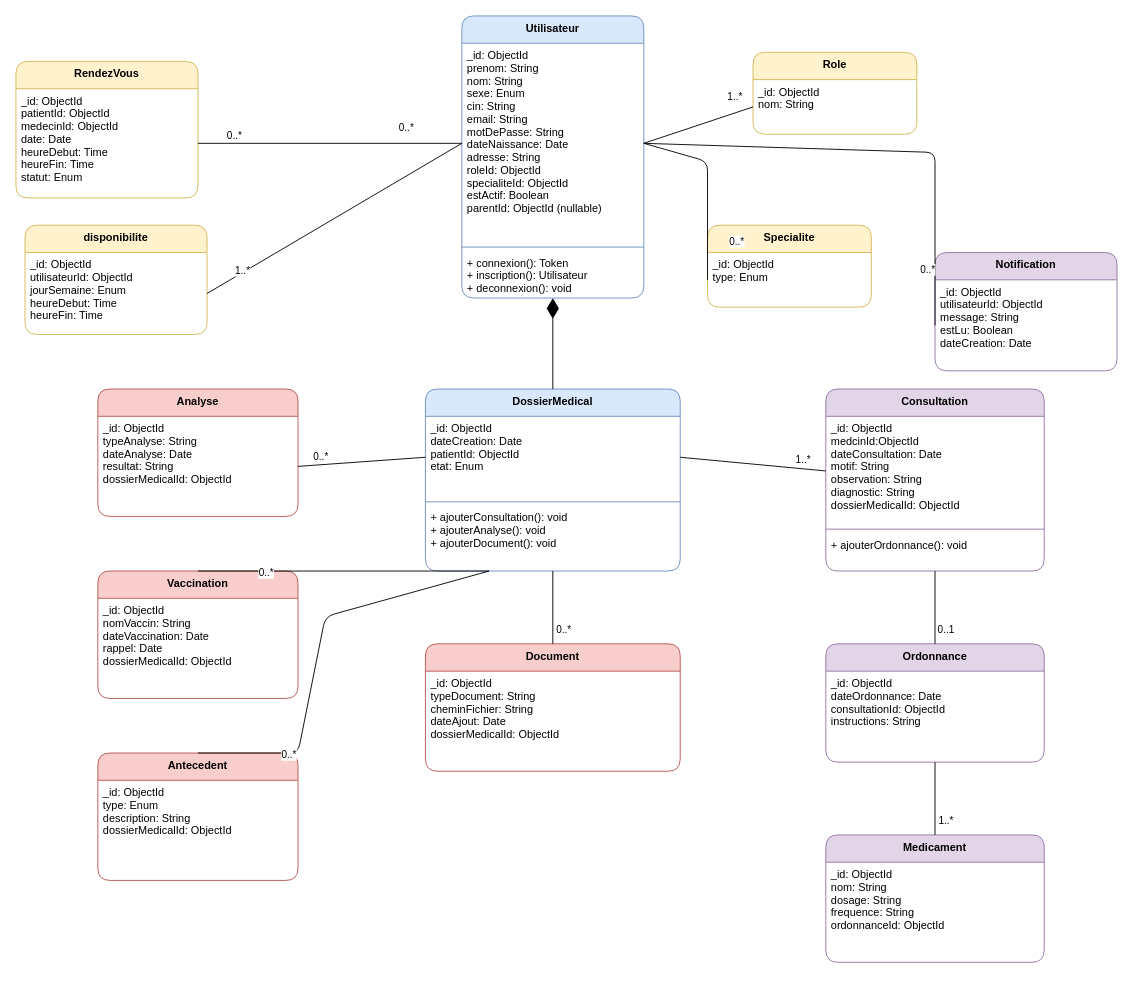
Earlier version of the draw.io diagram CareFlow back_end/medical.drawio (Ghandour390/carflow). Source tidied: cells renumbered, new cells numbered last; positions are measured from the earlier drawing's top-left corner, leaving out a move shared by most shapes. Both pictures are drawn from the tidied source at 91%, with x=0, y=0 at pixel (15, 15).
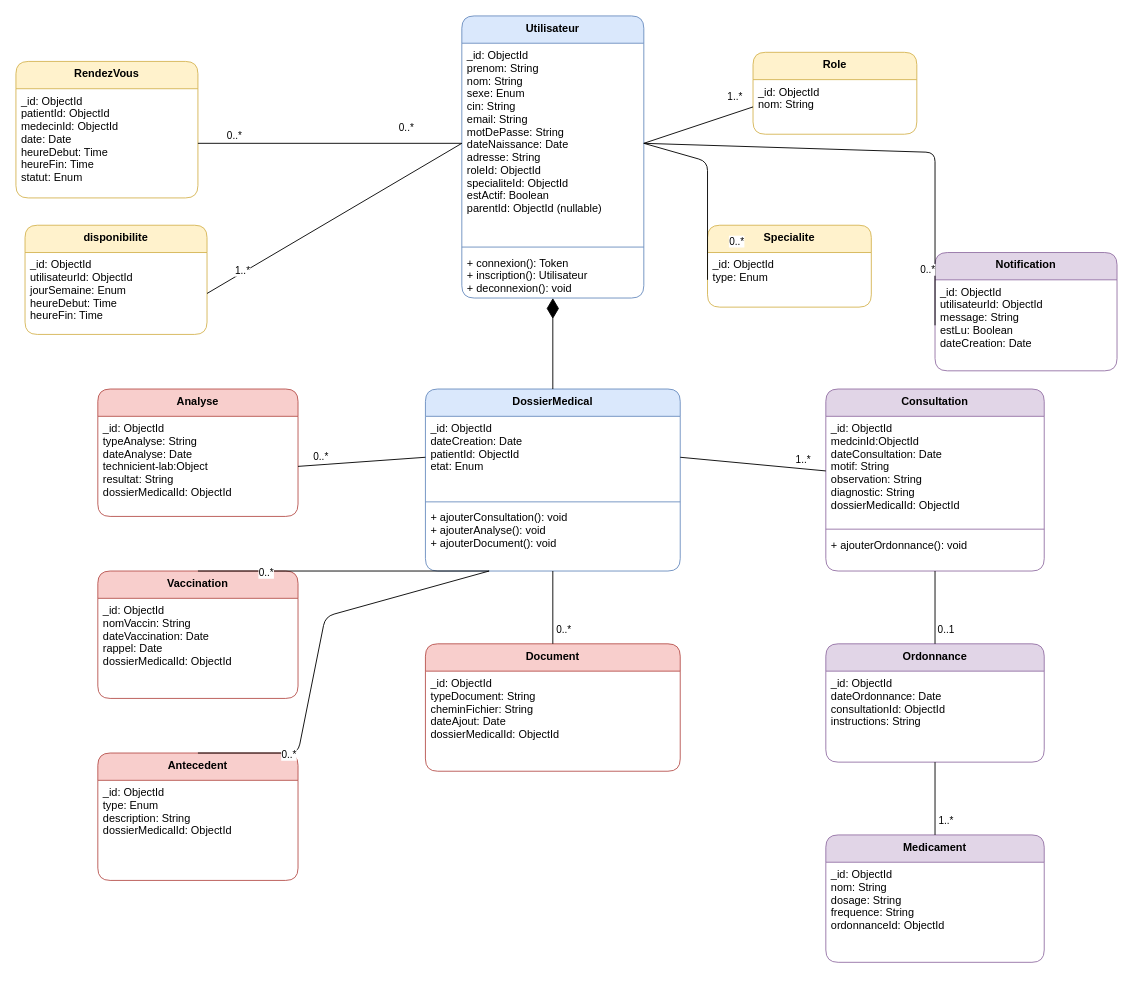
After the change.

Unchanged cells that the change refers to:
```xml
<mxCell id="24" value="Analyse" style="swimlane;fontStyle=1;align=center;verticalAlign=top;horizontal=1;startSize=30;fillColor=#f8cecc;strokeColor=#b85450;rounded=1;" parent="1" vertex="1">
  <mxGeometry x="90" y="410" width="220" height="140" as="geometry" />
</mxCell>
```

Diff of the diagram source:
```diff
@@
-    <mxCell id="25" value="_id: ObjectId&#10;typeAnalyse: String&#10;dateAnalyse: Date&#10;resultat: String&#10;dossierMedicalId: ObjectId" style="text;strokeColor=none;fillColor=none;align=left;verticalAlign=top;spacingLeft=4;spacingRight=4;overflow=hidden;points=[[0,0.5],[1,0.5]];portConstraint=eastwest;" parent="24" vertex="1">
+    <mxCell id="25" value="_id: ObjectId&#10;typeAnalyse: String&#10;dateAnalyse: Date&#10;technicient-lab:Object&#10;resultat: String&#10;dossierMedicalId: ObjectId" style="text;strokeColor=none;fillColor=none;align=left;verticalAlign=top;spacingLeft=4;spacingRight=4;overflow=hidden;points=[[0,0.5],[1,0.5]];portConstraint=eastwest;" parent="24" vertex="1">
       <mxGeometry y="30" width="220" height="110" as="geometry" />
     </mxCell>
```
